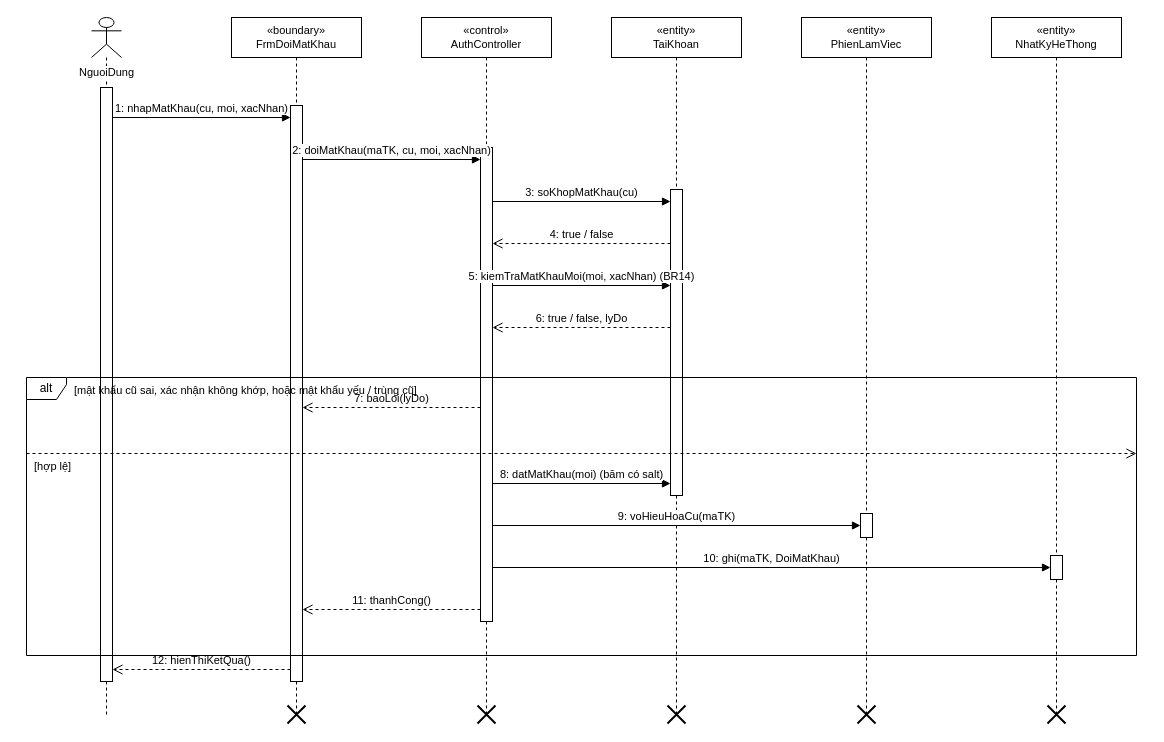
TranThienNhan8279/GreenDash keeps this draw.io diagram as docs/diagrams/03_TuanTu/UC_GD_003_Sequence_DoiMatKhau.drawio. Above is the earlier version. Source tidied: cells renumbered, new cells numbered last; positions are measured from the earlier drawing's top-left corner, leaving out a move shared by most shapes. Both pictures are drawn from the tidied source at 100%, with x=0, y=0 at pixel (26, 17).
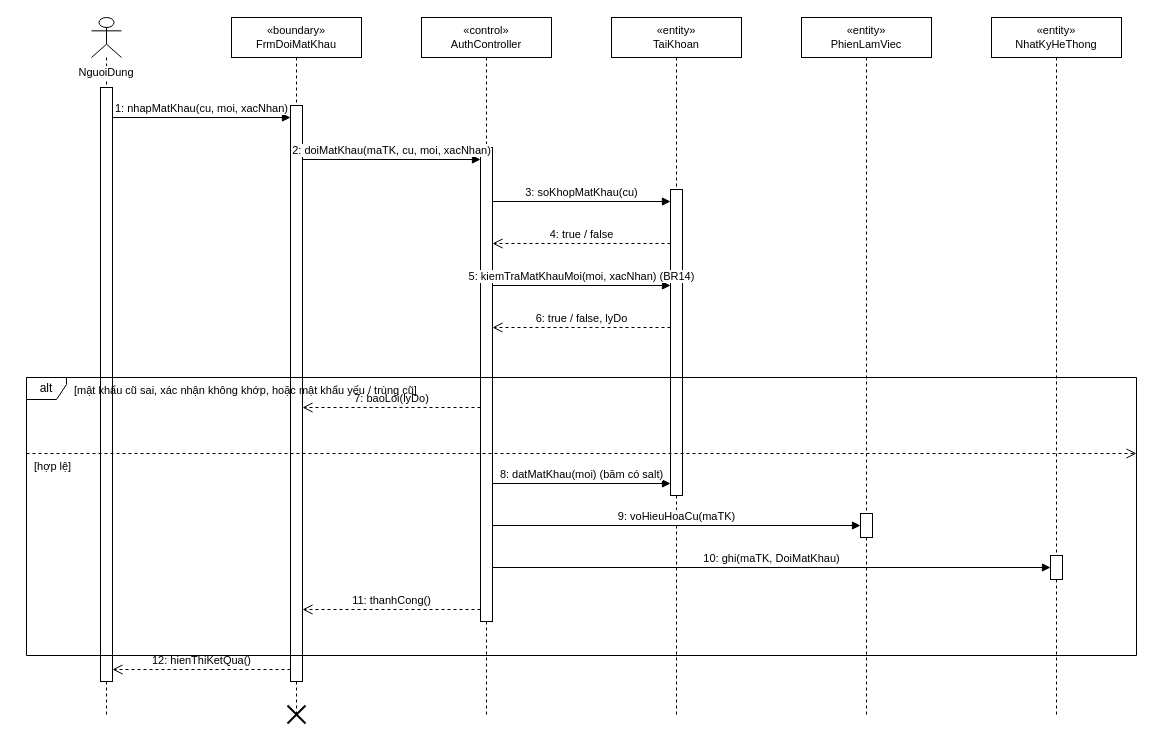
Above is the later version.

Change to the diagram source:
```diff
@@
-    <mxCell id="2" value="NguoiDung" style="shape=umlLifeline;participant=umlActor;verticalAlign=top;spacingTop=42;labelBackgroundColor=#ffffff;perimeter=lifelinePerimeter;whiteSpace=nowrap;html=1;fontSize=11;" parent="1" vertex="1">
+    <mxCell id="2" value="NguoiDung" style="shape=umlLifeline;participant=umlActor;verticalAlign=top;spacingTop=42;labelBackgroundColor=#ffffff;perimeter=lifelinePerimeter;whiteSpace=wrap;html=1;fontSize=11;" parent="1" vertex="1">
       <mxGeometry x="65" width="30" height="697" as="geometry" />
     </mxCell>
@@
-    <mxCell id="12" style="shape=umlDestroy;html=1;strokeWidth=2;strokeColor=#000000;" parent="1" vertex="1">
-      <mxGeometry x="451" y="688" width="18" height="18" as="geometry" />
-    </mxCell>
@@
-    <mxCell id="14" style="shape=umlDestroy;html=1;strokeWidth=2;strokeColor=#000000;" parent="1" vertex="1">
-      <mxGeometry x="641" y="688" width="18" height="18" as="geometry" />
-    </mxCell>
@@
-    <mxCell id="16" style="shape=umlDestroy;html=1;strokeWidth=2;strokeColor=#000000;" parent="1" vertex="1">
-      <mxGeometry x="831" y="688" width="18" height="18" as="geometry" />
-    </mxCell>
@@
-    <mxCell id="18" style="shape=umlDestroy;html=1;strokeWidth=2;strokeColor=#000000;" parent="1" vertex="1">
-      <mxGeometry x="1021" y="688" width="18" height="18" as="geometry" />
-    </mxCell>
```
